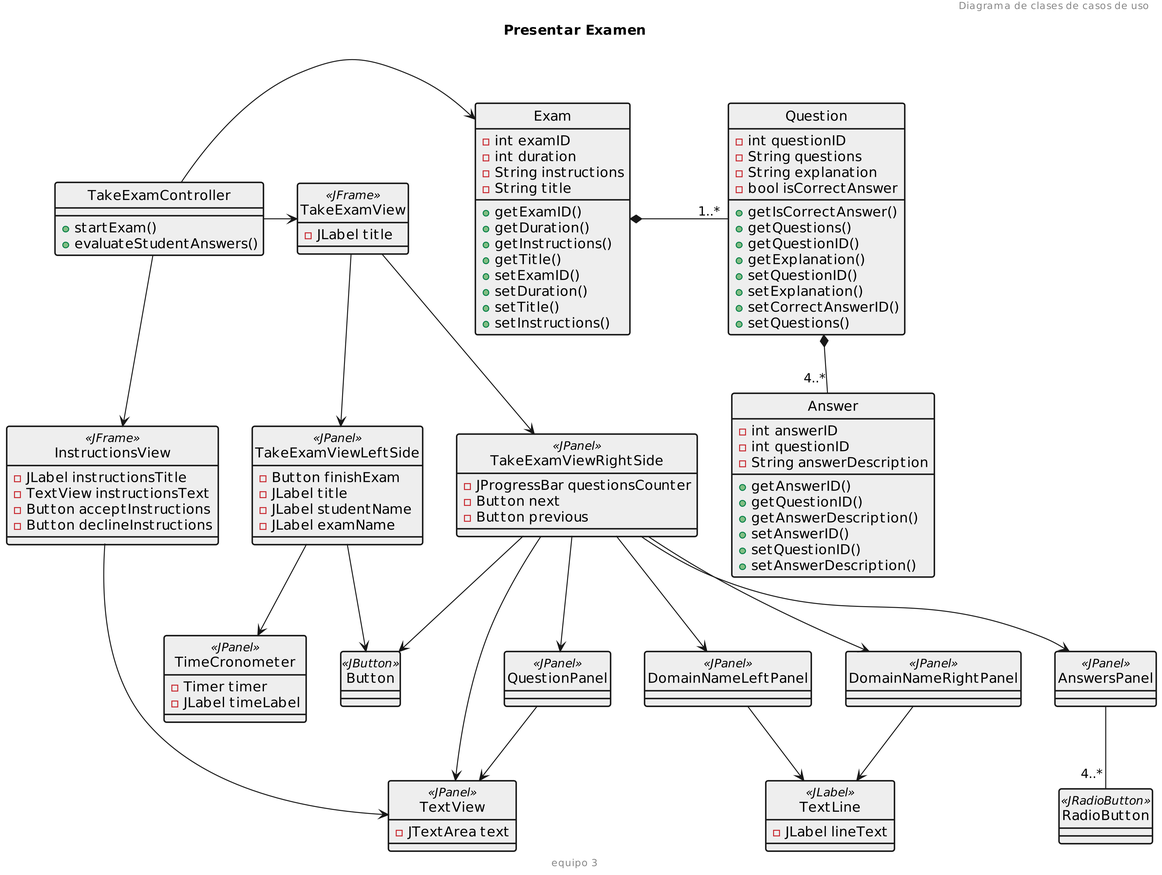
Above: diagramaClasesDeDiseño/Diagrama de clases.png in febres35/EdTech_IS (PlantUML), before the change.
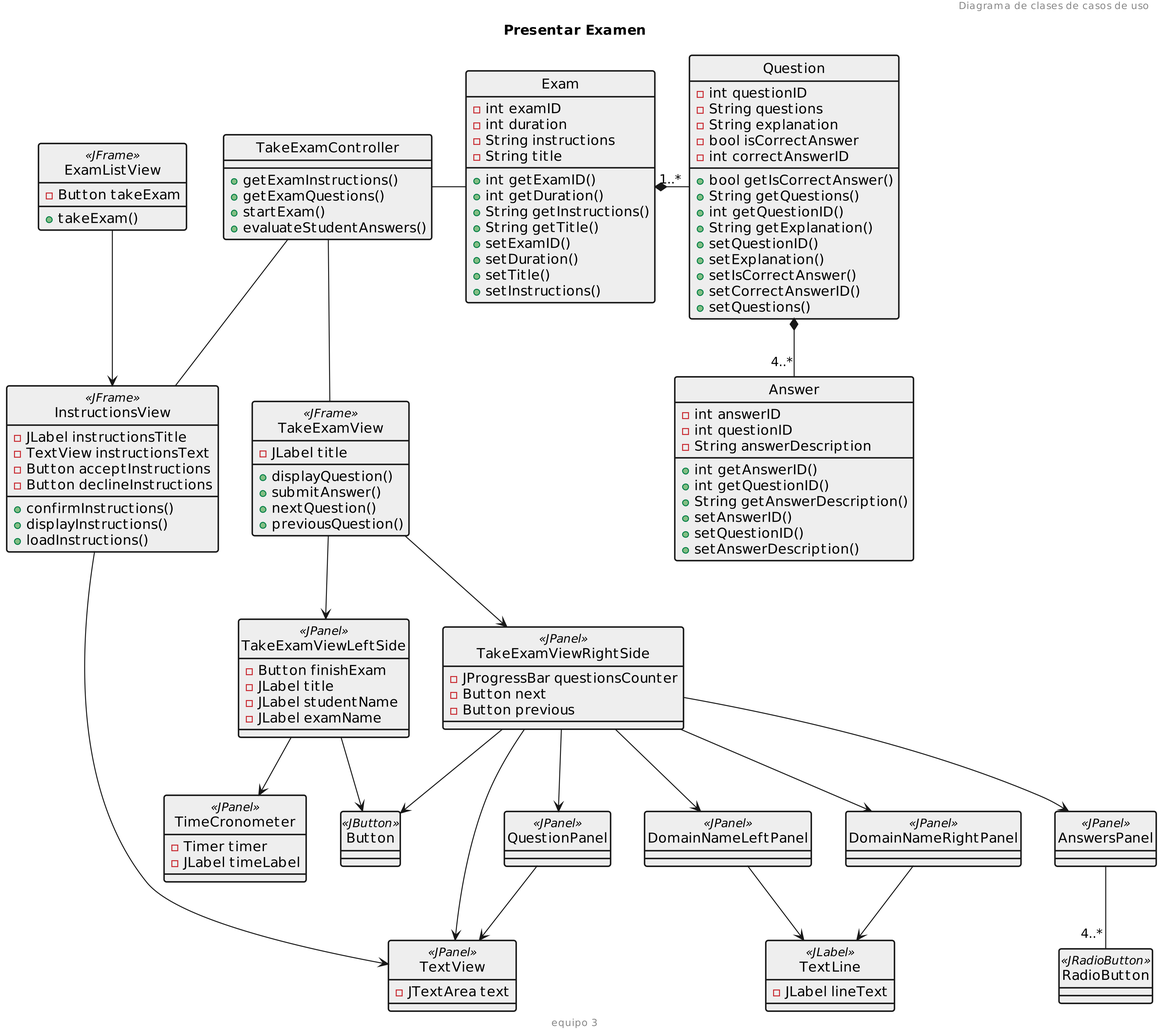
After the change.

Commit message:
Se agregó la clase ExamListView

Diff of the diagram source:
```diff
@@ -8,11 +8,19 @@
 skinparam ClassBorderThickness 1.5
 skinparam dpi 300
 
+class ExamListView <<JFrame>>{
+    -Button takeExam
+    +takeExam()
+}
+
 class InstructionsView <<JFrame>>{
     -JLabel instructionsTitle
     -TextView instructionsText
     -Button acceptInstructions
     -Button declineInstructions
+    +confirmInstructions()
+    +displayInstructions()
+    +loadInstructions()
 }
 
 class Button <<JButton>>{
@@ -30,12 +38,18 @@
 }
 
 class TakeExamController{
+    +getExamInstructions()
+    +getExamQuestions()
     +startExam()
     +evaluateStudentAnswers()
 }
 
 class TakeExamView <<JFrame>>{
     -JLabel title
+    +displayQuestion()
+    +submitAnswer()
+    +nextQuestion()
+    +previousQuestion()
 }
 
 class TakeExamViewLeftSide <<JPanel>>{
@@ -76,10 +90,10 @@
     -int duration
     -String instructions
     -String title
-    +getExamID()
-    +getDuration()
-    +getInstructions()
-    +getTitle()
+    +int getExamID()
+    +int getDuration()
+    +String getInstructions()
+    +String getTitle()
     +setExamID()
     +setDuration()
     +setTitle()
@@ -91,12 +105,14 @@
     -String questions
     -String explanation
     -bool isCorrectAnswer
-    +getIsCorrectAnswer()
-    +getQuestions()
-    +getQuestionID()
-    +getExplanation()
+    -int correctAnswerID
+    +bool getIsCorrectAnswer()
+    +String getQuestions()
+    +int getQuestionID()
+    +String getExplanation()
     +setQuestionID()
     +setExplanation()
+    +setIsCorrectAnswer()
     +setCorrectAnswerID()
     +setQuestions()
 }
@@ -105,18 +121,19 @@
     -int answerID
     -int questionID
     -String answerDescription
-    +getAnswerID()
-    +getQuestionID()
-    +getAnswerDescription()
+    +int getAnswerID()
+    +int getQuestionID()
+    +String getAnswerDescription()
     +setAnswerID()
     +setQuestionID()
     +setAnswerDescription()
 }
 
-TakeExamController->Exam
-TakeExamController-down->InstructionsView
+TakeExamController-Exam
+TakeExamController--InstructionsView
+ExamListView-down->InstructionsView
 InstructionsView-->TextView
-TakeExamController->TakeExamView
+TakeExamController--TakeExamView
 TakeExamView-->TakeExamViewLeftSide
 TakeExamView-->TakeExamViewRightSide
 TakeExamViewRightSide-->TextView
```
